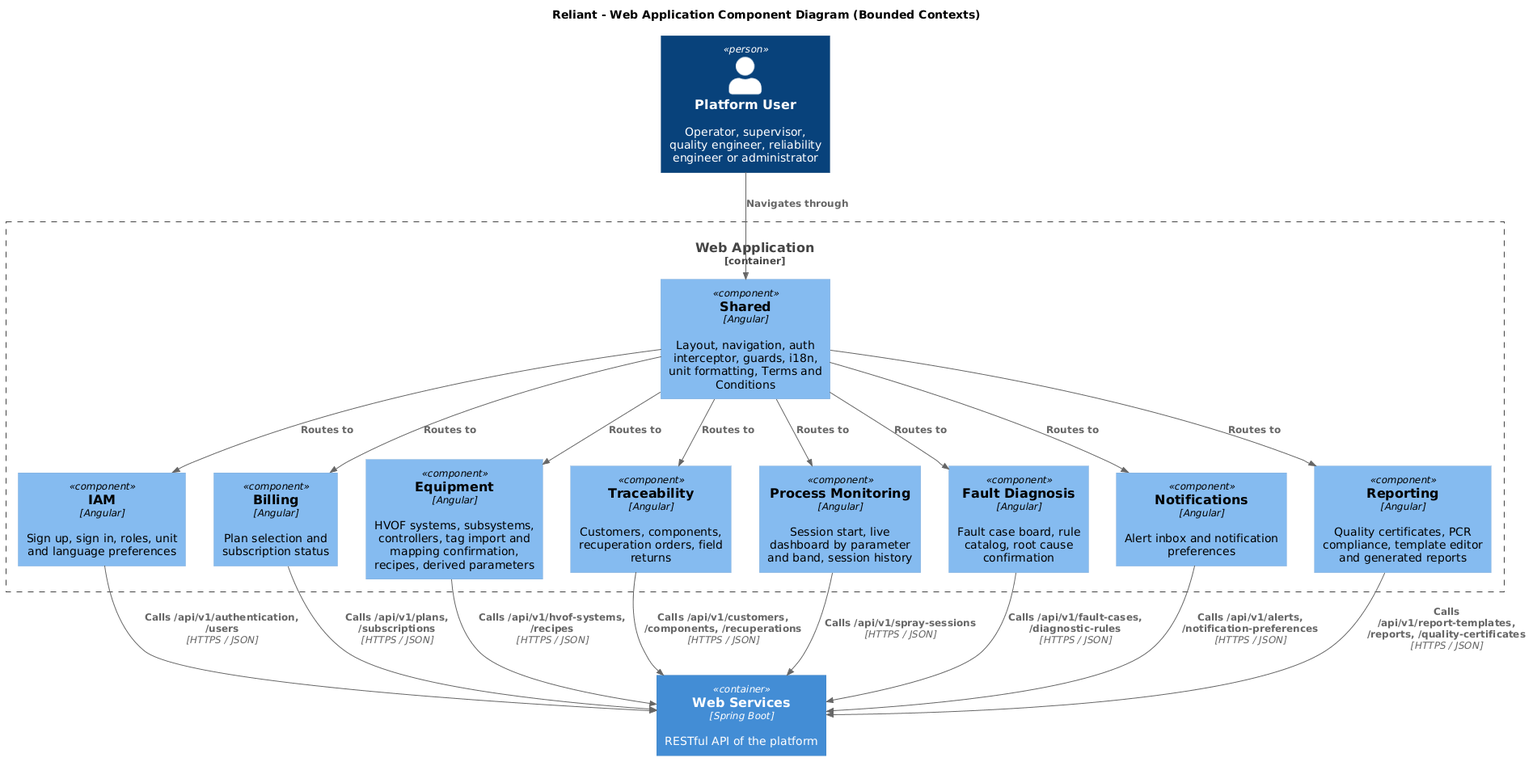
Earlier version of the PlantUML export assets/img/4.chapter-iv/4.6.domain-driven-software-architecture/4.6.4.software-architecture-components-diagrams/reliant-c4-components-web-application.png (upc-pre-202620-1asi0729-7753-innovacorp/reliant-report). Its diagram source:
```plantuml
@startuml
!includeurl https://raw.githubusercontent.com/plantuml-stdlib/C4-PlantUML/master/C4_Component.puml

title Reliant - Web Application Component Diagram (Bounded Contexts)

Container(api, "Web Services", "Spring Boot", "RESTful API of the platform")
Person(user, "Platform User", "Operator, supervisor, quality engineer, reliability engineer or administrator")

Container_Boundary(webapp, "Web Application") {
    Component(iam, "IAM", "Angular", "Sign up, sign in, roles, unit and language preferences")
    Component(billing, "Billing", "Angular", "Plan selection and subscription status")
    Component(equipment, "Equipment", "Angular", "HVOF systems, subsystems, controllers, tag import and mapping confirmation, recipes, derived parameters")
    Component(traceability, "Traceability", "Angular", "Customers, components, recuperation orders, field returns")
    Component(monitoring, "Process Monitoring", "Angular", "Session start, live dashboard by parameter and band, session history")
    Component(diagnosis, "Fault Diagnosis", "Angular", "Fault case board, rule catalog, root cause confirmation")
    Component(notifications, "Notifications", "Angular", "Alert inbox and notification preferences")
    Component(reporting, "Reporting", "Angular", "Quality certificates, PCR compliance, template editor and generated reports")
    Component(shared, "Shared", "Angular", "Layout, navigation, auth interceptor, guards, i18n, unit formatting, Terms and Conditions")
}

Rel(user, shared, "Navigates through")
Rel(shared, iam, "Routes to")
Rel(shared, billing, "Routes to")
Rel(shared, equipment, "Routes to")
Rel(shared, traceability, "Routes to")
Rel(shared, monitoring, "Routes to")
Rel(shared, diagnosis, "Routes to")
Rel(shared, notifications, "Routes to")
Rel(shared, reporting, "Routes to")
Rel(iam, api, "Calls /api/v1/authentication, /users", "HTTPS / JSON")
Rel(billing, api, "Calls /api/v1/plans, /subscriptions", "HTTPS / JSON")
Rel(equipment, api, "Calls /api/v1/hvof-systems, /recipes", "HTTPS / JSON")
Rel(traceability, api, "Calls /api/v1/customers, /components, /recuperations", "HTTPS / JSON")
Rel(monitoring, api, "Calls /api/v1/spray-sessions", "HTTPS / JSON")
Rel(diagnosis, api, "Calls /api/v1/fault-cases, /diagnostic-rules", "HTTPS / JSON")
Rel(notifications, api, "Calls /api/v1/alerts, /notification-preferences", "HTTPS / JSON")
Rel(reporting, api, "Calls /api/v1/report-templates, /reports, /quality-certificates", "HTTPS / JSON")
@enduml
```
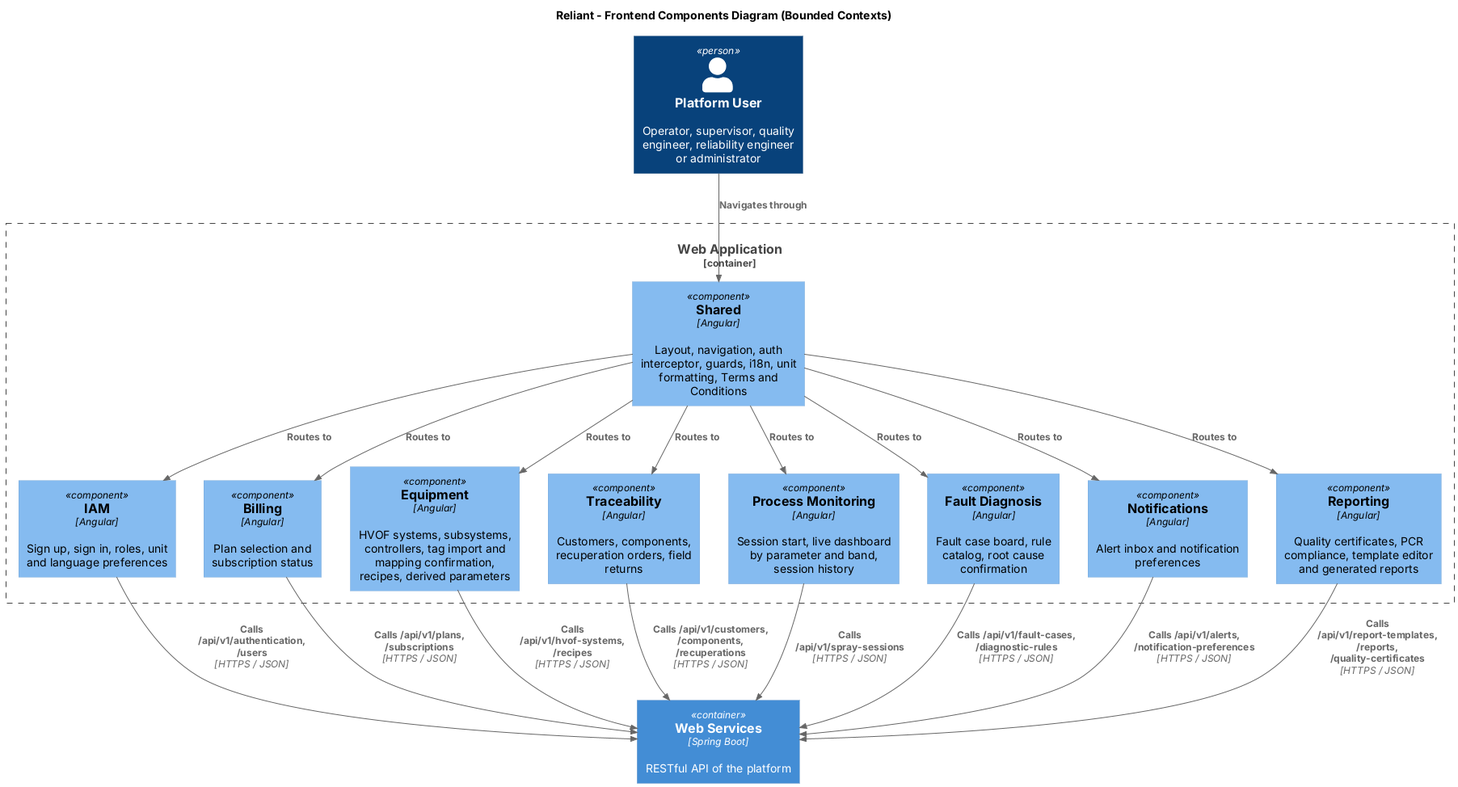
Above is the later version.

The edit, as a diff of the source:
```diff
@@ -1,7 +1,7 @@
-@startuml
+@startuml "Components-Web-Application"
 !includeurl https://raw.githubusercontent.com/plantuml-stdlib/C4-PlantUML/master/C4_Component.puml
 
-title Reliant - Web Application Component Diagram (Bounded Contexts)
+title Reliant - Frontend Components Diagram (Bounded Contexts)
 
 Container(api, "Web Services", "Spring Boot", "RESTful API of the platform")
 Person(user, "Platform User", "Operator, supervisor, quality engineer, reliability engineer or administrator")
```
